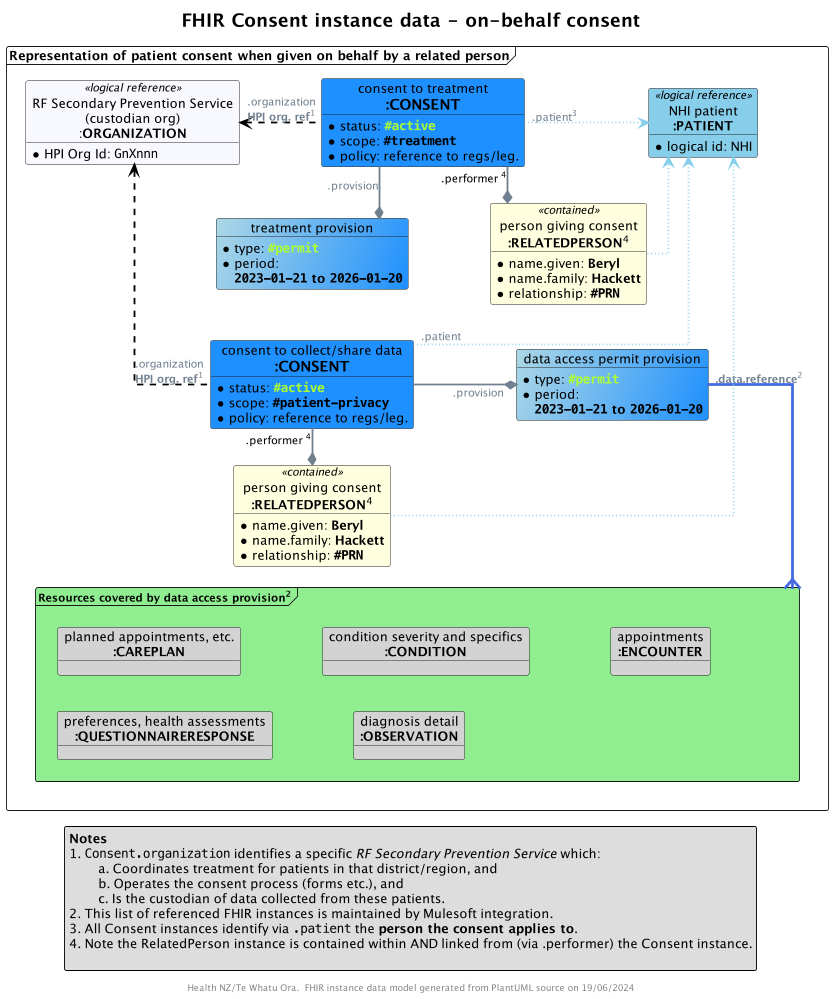
Above: input/images/obj-FHIR-data-consent-givenonbehalf.png in tewhatuora/fhir-rheumatic-fever (PlantUML), before the change.
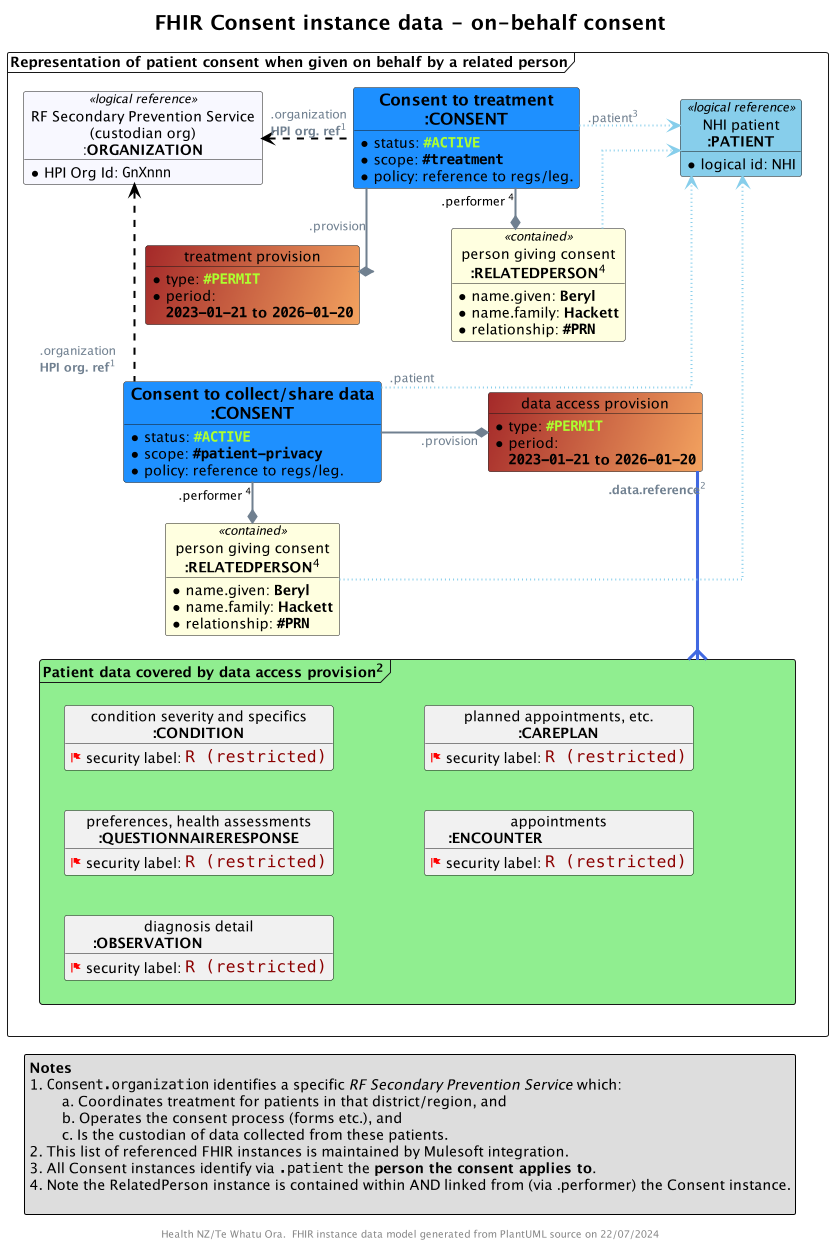
The same file after the commit.

Commit message:
New designs for label based access control

The edit, as a diff of the source:
```diff
@@ -20,6 +20,12 @@
 skinparam TitleFontSize 20
 
 
+!unquoted procedure $SEC_LABELLED_INSTANCE($Alias, $displayText="",$label="")
+  object "$displayText" as $Alias {
+    <color:Red><&flag> <Color:Black>security label: ""<size:16><color:DarkRed>$label""
+  }
+!endprocedure
+
 title FHIR Consent instance data - on-behalf consent
 
 frame "Representation of patient consent when given on behalf by a related person" as F {
@@ -30,26 +36,26 @@
     }
   !endprocedure
 
-  object "consent to treatment\n<size:16>**:CONSENT**" as TREATCONSENT #DodgerBlue {
-    * status: ""<color:GreenYellow>**#active**""
+  object "<size:16>**Consent to treatment**\n<size:16>**:CONSENT**" as TREATCONSENT #DodgerBlue {
+    * status: ""<color:GreenYellow>**#ACTIVE**""
     * scope: ""**#treatment**""
     * policy: reference to regs/leg.
   }
 
-  object "treatment provision" as TP #LightBlue/DodgerBlue  {
-    * type: ""<color:GreenYellow>**#permit**""
+  object "treatment provision" as TP #Brown/SandyBrown  {
+    * type: ""<color:GreenYellow>**#PERMIT**""
     * period:
       **""2023-01-21"" to ""2026-01-20""**
   }
 
-  object "consent to collect/share data\n<size:16>**:CONSENT**" as DATACONSENT #DodgerBlue {
-    * status: ""<color:GreenYellow>**#active**""
+  object "<size:16>**Consent to collect/share data**\n<size:16>**:CONSENT**" as DATACONSENT #DodgerBlue {
+    * status: ""<color:GreenYellow>**#ACTIVE**""
     * scope: ""**#patient-privacy**""
     * policy: reference to regs/leg.
   }
 
-  object "data access permit provision" as DAP #LightBlue/DodgerBlue  {
-    * type: ""<color:GreenYellow>**#permit**""
+  object "data access provision" as DAP #Brown/SandyBrown  {
+    * type: ""<color:GreenYellow>**#PERMIT**""
     * period:
       **""2023-01-21"" to ""2026-01-20""**
   }
@@ -74,12 +80,16 @@
     * HPI Org Id: ""GnXnnn""
   }
 
-  frame "<size:12>Resources covered by data access provision<sup>2</sup>" as COVERED #LightGreen {
-    object "planned appointments, etc.\n<size:14>**:CAREPLAN**" as R1 #LightGray
-    object "condition severity and specifics\n<size:14>**:CONDITION**" as R2 #LightGray
-    object "appointments\n<size:14>**:ENCOUNTER**" as R3 #LightGray
-    object "preferences, health assessments\n<size:14>**:QUESTIONNAIRERESPONSE**" as R4 #LightGray
-    object "diagnosis detail\n<size:14>**:OBSERVATION**" as R5 #LightGray
+  frame "Patient data covered by data access provision<sup>2</sup>" as COVERED #LightGreen {
+    $SEC_LABELLED_INSTANCE(R1,"planned appointments, etc.\n<size:14>**:CAREPLAN**"                    ,"R (restricted)")
+    $SEC_LABELLED_INSTANCE(R2,"condition severity and specifics\n<size:14>**:CONDITION**"             ,"R (restricted)")
+    $SEC_LABELLED_INSTANCE(R3,"appointments\n<size:14>**:ENCOUNTER**                               "  ,"R (restricted)")
+    $SEC_LABELLED_INSTANCE(R4,"preferences, health assessments\n<size:14>**:QUESTIONNAIRERESPONSE**"  ,"R (restricted)")
+    $SEC_LABELLED_INSTANCE(R5,"diagnosis detail\n<size:14>**:OBSERVATION**                         "  ,"R (restricted)")
+    R3 -[hidden]u- R1
+    R4 -[hidden]u- R2
+    R5 -[hidden]u- R4
+
   }
 }
 
```
